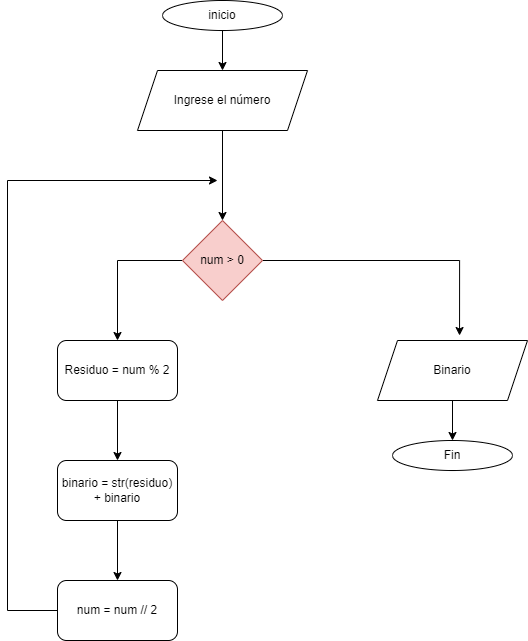
This is Diagramas/Decimal a binario.png from Shadwws/ESTEEE, a draw.io export, as it was before one commit. Source tidied: cells renumbered, new cells last; positions are measured from the earlier drawing's top-left corner, leaving out a move shared by most shapes.
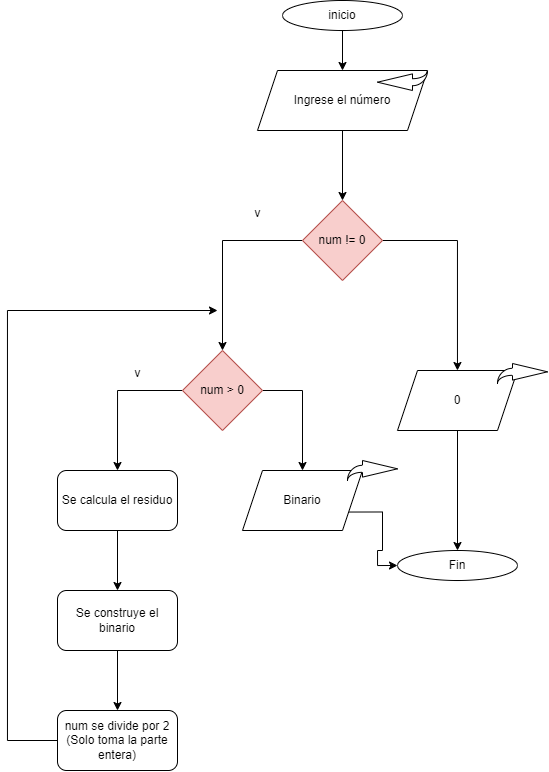
The same file after the commit.

Diff of the diagram source:
```diff
@@ -2,51 +2,45 @@
   <root>
     <mxCell id="0" />
     <mxCell id="1" parent="0" />
-    <mxCell id="2" style="edgeStyle=orthogonalEdgeStyle;rounded=0;jettySize=auto;html=1;" parent="1" edge="1" source="3" target="6">
-      <mxGeometry relative="1" as="geometry" />
-    </mxCell>
+    <mxCell id="18" style="edgeStyle=orthogonalEdgeStyle;rounded=0;jettySize=auto;html=1;" parent="1" edge="1" source="3" target="21">
+      <mxGeometry relative="1" as="geometry" />
+    </mxCell>
     <mxCell id="3" value="Ingrese el número" style="shape=parallelogram;perimeter=parallelogramPerimeter;whiteSpace=wrap;html=1;fixedSize=1;" parent="1" vertex="1">
       <mxGeometry x="130" y="70" width="170" height="60" as="geometry" />
     </mxCell>
     <mxCell id="4" style="edgeStyle=orthogonalEdgeStyle;rounded=0;jettySize=auto;html=1;exitX=0;exitY=0.5;exitDx=0;exitDy=0;entryX=0.5;entryY=0;entryDx=0;entryDy=0;" parent="1" edge="1" source="6" target="8">
       <mxGeometry relative="1" as="geometry" />
     </mxCell>
-    <mxCell id="5" style="edgeStyle=orthogonalEdgeStyle;rounded=0;jettySize=auto;html=1;exitX=1;exitY=0.5;exitDx=0;exitDy=0;entryX=0.547;entryY=-0.083;entryDx=0;entryDy=0;entryPerimeter=0;" parent="1" edge="1" source="6" target="14">
+    <mxCell id="5" style="edgeStyle=orthogonalEdgeStyle;rounded=0;jettySize=auto;html=1;exitX=1;exitY=0.5;exitDx=0;exitDy=0;entryX=0.5;entryY=0;entryDx=0;entryDy=0;" parent="1" edge="1" source="6" target="14">
       <mxGeometry relative="1" as="geometry" />
     </mxCell>
     <mxCell id="6" value="num &amp;gt; 0" style="rhombus;whiteSpace=wrap;html=1;fillColor=#f8cecc;strokeColor=#b85450;" parent="1" vertex="1">
-      <mxGeometry x="175" y="220" width="80" height="80" as="geometry" />
+      <mxGeometry x="55" y="350" width="80" height="80" as="geometry" />
     </mxCell>
     <mxCell id="7" style="edgeStyle=orthogonalEdgeStyle;rounded=0;jettySize=auto;html=1;" parent="1" edge="1" source="8" target="10">
       <mxGeometry relative="1" as="geometry" />
     </mxCell>
-    <mxCell id="8" value="Residuo = num % 2" style="rounded=1;whiteSpace=wrap;html=1;" parent="1" vertex="1">
-      <mxGeometry x="50" y="340" width="120" height="60" as="geometry" />
+    <mxCell id="8" value="Se calcula el residuo" style="rounded=1;whiteSpace=wrap;html=1;" parent="1" vertex="1">
+      <mxGeometry x="-70" y="470" width="120" height="60" as="geometry" />
     </mxCell>
     <mxCell id="9" style="edgeStyle=orthogonalEdgeStyle;rounded=0;jettySize=auto;html=1;" parent="1" edge="1" source="10" target="12">
       <mxGeometry relative="1" as="geometry" />
     </mxCell>
-    <mxCell id="10" value="binario = str(residuo) + binario" style="rounded=1;whiteSpace=wrap;html=1;" parent="1" vertex="1">
-      <mxGeometry x="50" y="460" width="120" height="60" as="geometry" />
+    <mxCell id="10" value="Se construye el binario" style="rounded=1;whiteSpace=wrap;html=1;" parent="1" vertex="1">
+      <mxGeometry x="-70" y="590" width="120" height="60" as="geometry" />
     </mxCell>
     <mxCell id="11" style="edgeStyle=orthogonalEdgeStyle;rounded=0;jettySize=auto;html=1;exitX=0;exitY=0.5;exitDx=0;exitDy=0;" parent="1" edge="1" source="12">
       <mxGeometry relative="1" as="geometry">
-        <mxPoint x="210" y="180" as="targetPoint" />
+        <mxPoint x="90" y="310" as="targetPoint" />
         <Array as="points">
-          <mxPoint y="610" />
-          <mxPoint y="180" />
+          <mxPoint x="-120" y="740" />
+          <mxPoint x="-120" y="310" />
         </Array>
       </mxGeometry>
     </mxCell>
-    <mxCell id="12" value="num = num // 2" style="rounded=1;whiteSpace=wrap;html=1;" parent="1" vertex="1">
-      <mxGeometry x="50" y="580" width="120" height="60" as="geometry" />
+    <mxCell id="12" value="num se divide por 2 (Solo toma la parte entera)" style="rounded=1;whiteSpace=wrap;html=1;" parent="1" vertex="1">
+      <mxGeometry x="-70" y="710" width="120" height="60" as="geometry" />
     </mxCell>
-    <mxCell id="13" style="edgeStyle=orthogonalEdgeStyle;rounded=0;jettySize=auto;html=1;" parent="1" edge="1" source="14" target="17">
-      <mxGeometry relative="1" as="geometry" />
-    </mxCell>
-    <mxCell id="14" value="Binario" style="shape=parallelogram;perimeter=parallelogramPerimeter;whiteSpace=wrap;html=1;fixedSize=1;" parent="1" vertex="1">
-      <mxGeometry x="370" y="340" width="150" height="60" as="geometry" />
-    </mxCell>
     <mxCell id="15" style="edgeStyle=orthogonalEdgeStyle;rounded=0;jettySize=auto;html=1;" parent="1" edge="1" source="16" target="3">
       <mxGeometry relative="1" as="geometry" />
     </mxCell>
@@ -54,7 +48,43 @@
       <mxGeometry x="155" width="120" height="30" as="geometry" />
     </mxCell>
     <mxCell id="17" value="Fin" style="ellipse;whiteSpace=wrap;html=1;" parent="1" vertex="1">
-      <mxGeometry x="385" y="440" width="120" height="30" as="geometry" />
+      <mxGeometry x="270" y="550" width="120" height="30" as="geometry" />
     </mxCell>
+    <mxCell id="19" style="edgeStyle=orthogonalEdgeStyle;rounded=0;jettySize=auto;html=1;exitX=0;exitY=0.5;exitDx=0;exitDy=0;entryX=0.5;entryY=0;entryDx=0;entryDy=0;" parent="1" edge="1" source="21" target="6">
+      <mxGeometry relative="1" as="geometry" />
+    </mxCell>
+    <mxCell id="20" style="edgeStyle=orthogonalEdgeStyle;rounded=0;jettySize=auto;html=1;exitX=1;exitY=0.5;exitDx=0;exitDy=0;" parent="1" edge="1" source="21" target="25">
+      <mxGeometry relative="1" as="geometry" />
+    </mxCell>
+    <mxCell id="21" value="num != 0" style="rhombus;whiteSpace=wrap;html=1;fillColor=#f8cecc;strokeColor=#b85450;" parent="1" vertex="1">
+      <mxGeometry x="175" y="200" width="80" height="80" as="geometry" />
+    </mxCell>
+    <mxCell id="22" value="v" style="text;html=1;align=center;verticalAlign=middle;strokeColor=none;fillColor=none;" parent="1" vertex="1">
+      <mxGeometry x="115" y="198" width="30" height="30" as="geometry" />
+    </mxCell>
+    <mxCell id="23" value="v" style="text;html=1;align=center;verticalAlign=middle;strokeColor=none;fillColor=none;" parent="1" vertex="1">
+      <mxGeometry x="-5" y="358" width="30" height="30" as="geometry" />
+    </mxCell>
+    <mxCell id="24" style="edgeStyle=orthogonalEdgeStyle;rounded=0;jettySize=auto;html=1;" parent="1" edge="1" source="25" target="17">
+      <mxGeometry relative="1" as="geometry" />
+    </mxCell>
+    <mxCell id="25" value="0" style="shape=parallelogram;perimeter=parallelogramPerimeter;whiteSpace=wrap;html=1;fixedSize=1;" parent="1" vertex="1">
+      <mxGeometry x="270" y="370" width="120" height="60" as="geometry" />
+    </mxCell>
+    <mxCell id="13" style="edgeStyle=orthogonalEdgeStyle;rounded=0;jettySize=auto;html=1;exitX=1;exitY=0.75;exitDx=0;exitDy=0;entryX=0;entryY=0.5;entryDx=0;entryDy=0;" parent="1" edge="1" source="14" target="17">
+      <mxGeometry relative="1" as="geometry" />
+    </mxCell>
+    <mxCell id="14" value="Binario" style="shape=parallelogram;perimeter=parallelogramPerimeter;whiteSpace=wrap;html=1;fixedSize=1;" parent="1" vertex="1">
+      <mxGeometry x="115" y="470" width="120" height="60" as="geometry" />
+    </mxCell>
+    <mxCell id="26" style="html=1;shadow=0;dashed=0;align=center;verticalAlign=middle;shape=mxgraph.arrows2.jumpInArrow;dy=3.5;dx=35;arrowHead=16.61;direction=west;" parent="1" vertex="1">
+      <mxGeometry x="250" y="70" width="50" height="20" as="geometry" />
+    </mxCell>
+    <mxCell id="27" style="html=1;shadow=0;dashed=0;align=center;verticalAlign=middle;shape=mxgraph.arrows2.jumpInArrow;dy=3.5;dx=35;arrowHead=16.61;direction=east;" parent="1" vertex="1">
+      <mxGeometry x="370" y="363" width="50" height="20" as="geometry" />
+    </mxCell>
+    <mxCell id="28" style="html=1;shadow=0;dashed=0;align=center;verticalAlign=middle;shape=mxgraph.arrows2.jumpInArrow;dy=3.5;dx=35;arrowHead=16.61;direction=east;" parent="1" vertex="1">
+      <mxGeometry x="220" y="460" width="50" height="20" as="geometry" />
+    </mxCell>
   </root>
 </mxGraphModel>
```
